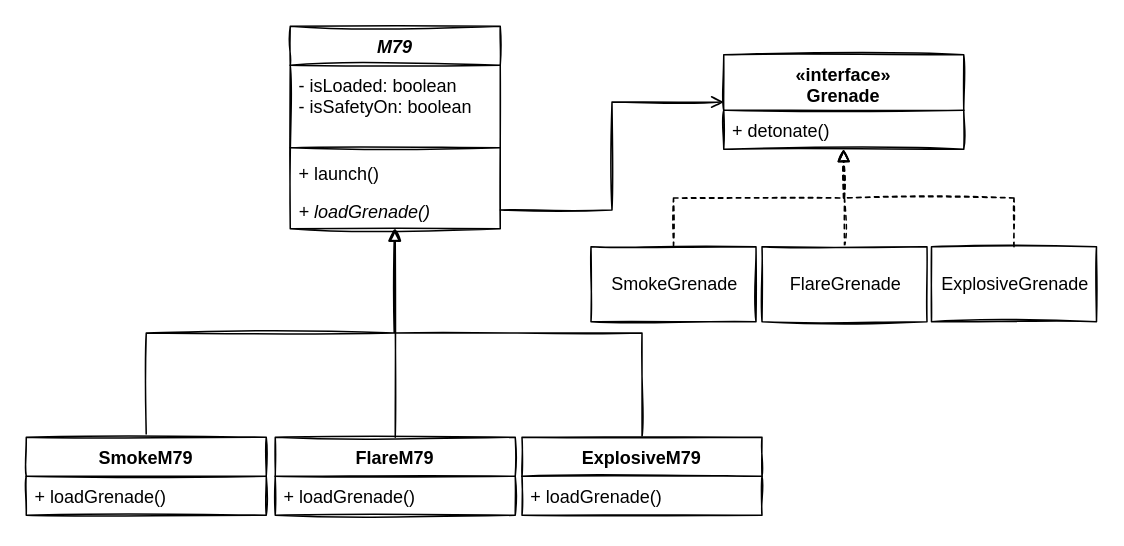
The draw.io diagram page "Practice" (2 of 2) of src/01-FactoryMethod/UML.drawio in MangoPomelo/DesignPatternPractice, before the edit. Source tidied: cells renumbered, new cells numbered last; positions are measured from the earlier drawing's top-left corner, leaving out a move shared by most shapes. Both pictures are drawn from the tidied source at 150%, with x=0, y=0 at pixel (26, 26).
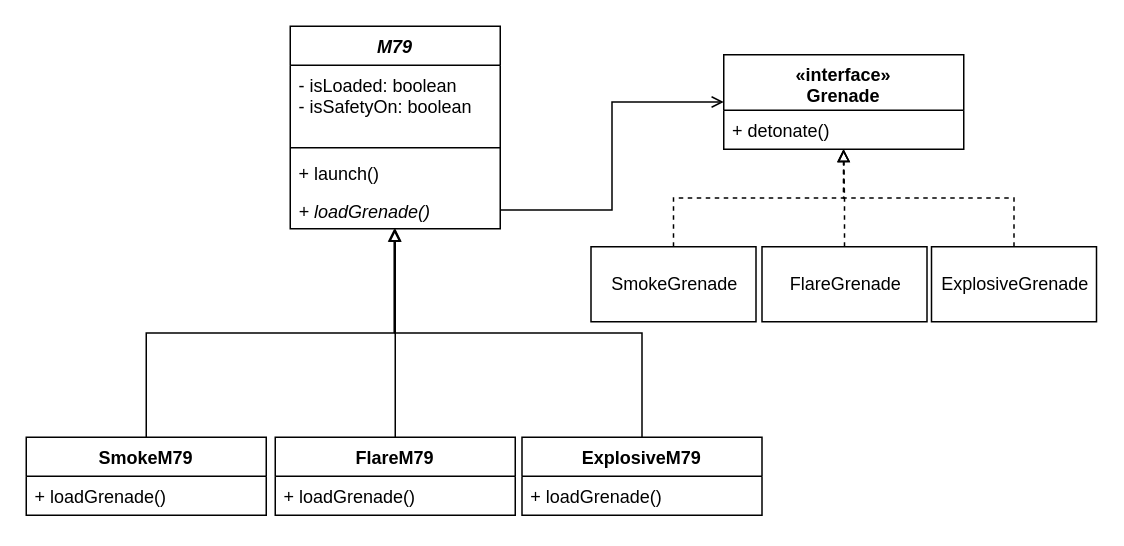
After the change.

The edit, as a diff of the source:
```diff
@@
-    <mxCell id="2" value="M79" style="swimlane;fontStyle=3;align=center;verticalAlign=top;horizontal=1;startSize=26;glass=0;sketch=1;" parent="1" vertex="1">
+    <mxCell id="2" value="M79" style="swimlane;fontStyle=3;align=center;verticalAlign=top;horizontal=1;startSize=26;glass=0;" parent="1" vertex="1">
       <mxGeometry x="176" width="140" height="135" as="geometry" />
     </mxCell>
-    <mxCell id="3" value="- isLoaded: boolean&#10;- isSafetyOn: boolean" style="text;strokeColor=none;fillColor=none;align=left;verticalAlign=top;spacingLeft=4;spacingRight=4;overflow=hidden;sketch=1;" parent="2" vertex="1">
+    <mxCell id="3" value="- isLoaded: boolean&#10;- isSafetyOn: boolean" style="text;strokeColor=none;fillColor=none;align=left;verticalAlign=top;spacingLeft=4;spacingRight=4;overflow=hidden;" parent="2" vertex="1">
       <mxGeometry y="26" width="140" height="51" as="geometry" />
     </mxCell>
-    <mxCell id="4" style="line;strokeWidth=1;fillColor=none;align=left;verticalAlign=middle;spacingTop=-1;spacingLeft=3;spacingRight=3;labelPosition=right;sketch=1;" parent="2" vertex="1">
+    <mxCell id="4" style="line;strokeWidth=1;fillColor=none;align=left;verticalAlign=middle;spacingTop=-1;spacingLeft=3;spacingRight=3;labelPosition=right;" parent="2" vertex="1">
       <mxGeometry y="77" width="140" height="8" as="geometry" />
     </mxCell>
-    <mxCell id="5" value="+ launch()" style="text;strokeColor=none;fillColor=none;align=left;verticalAlign=top;spacingLeft=4;spacingRight=4;overflow=hidden;fontStyle=0;sketch=1;" parent="2" vertex="1">
+    <mxCell id="5" value="+ launch()" style="text;strokeColor=none;fillColor=none;align=left;verticalAlign=top;spacingLeft=4;spacingRight=4;overflow=hidden;fontStyle=0;" parent="2" vertex="1">
       <mxGeometry y="85" width="140" height="25" as="geometry" />
     </mxCell>
-    <mxCell id="6" value="+ loadGrenade()" style="text;strokeColor=none;fillColor=none;align=left;verticalAlign=top;spacingLeft=4;spacingRight=4;overflow=hidden;points=[[0,0.5],[1,0.5]];portConstraint=eastwest;fontStyle=2;sketch=1;" parent="2" vertex="1">
+    <mxCell id="6" value="+ loadGrenade()" style="text;strokeColor=none;fillColor=none;align=left;verticalAlign=top;spacingLeft=4;spacingRight=4;overflow=hidden;points=[[0,0.5],[1,0.5]];portConstraint=eastwest;fontStyle=2;" parent="2" vertex="1">
       <mxGeometry y="110" width="140" height="25" as="geometry" />
     </mxCell>
-    <mxCell id="7" style="edgeStyle=orthogonalEdgeStyle;html=1;exitX=0.5;exitY=0;exitDx=0;exitDy=0;endArrow=block;endFill=0;elbow=vertical;entryX=0.495;entryY=0.999;entryDx=0;entryDy=0;entryPerimeter=0;rounded=0;sketch=1;" parent="1" edge="1" source="8" target="6">
+    <mxCell id="7" style="edgeStyle=orthogonalEdgeStyle;html=1;exitX=0.5;exitY=0;exitDx=0;exitDy=0;endArrow=block;endFill=0;elbow=vertical;entryX=0.495;entryY=0.999;entryDx=0;entryDy=0;entryPerimeter=0;rounded=0;" parent="1" edge="1" source="8" target="6">
       <mxGeometry relative="1" as="geometry" />
     </mxCell>
-    <mxCell id="8" value="SmokeM79" style="swimlane;fontStyle=1;align=center;verticalAlign=top;horizontal=1;startSize=26;glass=0;sketch=1;" parent="1" vertex="1">
+    <mxCell id="8" value="SmokeM79" style="swimlane;fontStyle=1;align=center;verticalAlign=top;horizontal=1;startSize=26;glass=0;" parent="1" vertex="1">
       <mxGeometry y="274" width="160" height="52" as="geometry" />
     </mxCell>
-    <mxCell id="9" value="+ loadGrenade()" style="text;strokeColor=none;fillColor=none;align=left;verticalAlign=top;spacingLeft=4;spacingRight=4;overflow=hidden;glass=0;sketch=1;" parent="8" vertex="1">
+    <mxCell id="9" value="+ loadGrenade()" style="text;strokeColor=none;fillColor=none;align=left;verticalAlign=top;spacingLeft=4;spacingRight=4;overflow=hidden;glass=0;" parent="8" vertex="1">
       <mxGeometry y="26" width="160" height="26" as="geometry" />
     </mxCell>
-    <mxCell id="10" style="edgeStyle=orthogonalEdgeStyle;html=1;endArrow=block;endFill=0;elbow=vertical;entryX=0.5;entryY=0.999;entryDx=0;entryDy=0;entryPerimeter=0;rounded=0;sketch=1;" parent="1" edge="1" source="11" target="6">
+    <mxCell id="10" style="edgeStyle=orthogonalEdgeStyle;html=1;endArrow=block;endFill=0;elbow=vertical;entryX=0.5;entryY=0.999;entryDx=0;entryDy=0;entryPerimeter=0;rounded=0;" parent="1" edge="1" source="11" target="6">
       <mxGeometry relative="1" as="geometry" />
     </mxCell>
-    <mxCell id="11" value="FlareM79" style="swimlane;fontStyle=1;align=center;verticalAlign=top;horizontal=1;startSize=26;glass=0;sketch=1;" parent="1" vertex="1">
+    <mxCell id="11" value="FlareM79" style="swimlane;fontStyle=1;align=center;verticalAlign=top;horizontal=1;startSize=26;glass=0;" parent="1" vertex="1">
       <mxGeometry x="166" y="274" width="160" height="52" as="geometry" />
     </mxCell>
-    <mxCell id="12" value="+ loadGrenade()" style="text;strokeColor=none;fillColor=none;align=left;verticalAlign=top;spacingLeft=4;spacingRight=4;overflow=hidden;glass=0;sketch=1;" parent="11" vertex="1">
+    <mxCell id="12" value="+ loadGrenade()" style="text;strokeColor=none;fillColor=none;align=left;verticalAlign=top;spacingLeft=4;spacingRight=4;overflow=hidden;glass=0;" parent="11" vertex="1">
       <mxGeometry y="26" width="160" height="26" as="geometry" />
     </mxCell>
-    <mxCell id="13" style="edgeStyle=orthogonalEdgeStyle;html=1;exitX=0.5;exitY=0;exitDx=0;exitDy=0;endArrow=block;endFill=0;elbow=vertical;entryX=0.498;entryY=1;entryDx=0;entryDy=0;entryPerimeter=0;rounded=0;sketch=1;" parent="1" edge="1" source="14" target="6">
+    <mxCell id="13" style="edgeStyle=orthogonalEdgeStyle;html=1;exitX=0.5;exitY=0;exitDx=0;exitDy=0;endArrow=block;endFill=0;elbow=vertical;entryX=0.498;entryY=1;entryDx=0;entryDy=0;entryPerimeter=0;rounded=0;" parent="1" edge="1" source="14" target="6">
       <mxGeometry relative="1" as="geometry" />
     </mxCell>
-    <mxCell id="14" value="ExplosiveM79" style="swimlane;fontStyle=1;align=center;verticalAlign=top;horizontal=1;startSize=26;glass=0;sketch=1;" parent="1" vertex="1">
+    <mxCell id="14" value="ExplosiveM79" style="swimlane;fontStyle=1;align=center;verticalAlign=top;horizontal=1;startSize=26;glass=0;" parent="1" vertex="1">
       <mxGeometry x="330.5" y="274" width="160" height="52" as="geometry" />
     </mxCell>
-    <mxCell id="15" value="+ loadGrenade()" style="text;strokeColor=none;fillColor=none;align=left;verticalAlign=top;spacingLeft=4;spacingRight=4;overflow=hidden;glass=0;sketch=1;" parent="14" vertex="1">
+    <mxCell id="15" value="+ loadGrenade()" style="text;strokeColor=none;fillColor=none;align=left;verticalAlign=top;spacingLeft=4;spacingRight=4;overflow=hidden;glass=0;" parent="14" vertex="1">
       <mxGeometry y="26" width="160" height="26" as="geometry" />
     </mxCell>
-    <mxCell id="16" value="«interface»&#10;Grenade" style="swimlane;fontStyle=1;align=center;verticalAlign=top;horizontal=1;startSize=37;glass=0;sketch=1;" parent="1" vertex="1">
+    <mxCell id="16" value="«interface»&#10;Grenade" style="swimlane;fontStyle=1;align=center;verticalAlign=top;horizontal=1;startSize=37;glass=0;" parent="1" vertex="1">
       <mxGeometry x="465" y="19" width="160" height="63" as="geometry" />
     </mxCell>
-    <mxCell id="17" value="+ detonate()" style="text;strokeColor=none;fillColor=none;align=left;verticalAlign=top;spacingLeft=4;spacingRight=4;overflow=hidden;points=[[0,0.5],[1,0.5]];portConstraint=eastwest;glass=0;sketch=1;" parent="16" vertex="1">
+    <mxCell id="17" value="+ detonate()" style="text;strokeColor=none;fillColor=none;align=left;verticalAlign=top;spacingLeft=4;spacingRight=4;overflow=hidden;points=[[0,0.5],[1,0.5]];portConstraint=eastwest;glass=0;" parent="16" vertex="1">
       <mxGeometry y="37" width="160" height="26" as="geometry" />
     </mxCell>
-    <mxCell id="18" style="edgeStyle=orthogonalEdgeStyle;rounded=0;html=1;endArrow=block;endFill=0;elbow=vertical;entryX=0.5;entryY=1.003;entryDx=0;entryDy=0;entryPerimeter=0;dashed=1;sketch=1;" parent="1" edge="1" source="19" target="17">
+    <mxCell id="18" style="edgeStyle=orthogonalEdgeStyle;rounded=0;html=1;endArrow=block;endFill=0;elbow=vertical;entryX=0.5;entryY=1.003;entryDx=0;entryDy=0;entryPerimeter=0;dashed=1;" parent="1" edge="1" source="19" target="17">
       <mxGeometry relative="1" as="geometry" />
     </mxCell>
-    <mxCell id="19" value="SmokeGrenade" style="html=1;glass=0;sketch=1;" parent="1" vertex="1">
+    <mxCell id="19" value="SmokeGrenade" style="html=1;glass=0;" parent="1" vertex="1">
       <mxGeometry x="376.5" y="147" width="110" height="50" as="geometry" />
     </mxCell>
-    <mxCell id="20" style="edgeStyle=orthogonalEdgeStyle;rounded=0;html=1;endArrow=block;endFill=0;elbow=vertical;entryX=0.499;entryY=1.003;entryDx=0;entryDy=0;entryPerimeter=0;dashed=1;sketch=1;" parent="1" edge="1" source="21" target="17">
+    <mxCell id="20" style="edgeStyle=orthogonalEdgeStyle;rounded=0;html=1;endArrow=block;endFill=0;elbow=vertical;entryX=0.499;entryY=1.003;entryDx=0;entryDy=0;entryPerimeter=0;dashed=1;" parent="1" edge="1" source="21" target="17">
       <mxGeometry relative="1" as="geometry" />
     </mxCell>
-    <mxCell id="21" value="FlareGrenade" style="html=1;glass=0;sketch=1;" parent="1" vertex="1">
+    <mxCell id="21" value="FlareGrenade" style="html=1;glass=0;" parent="1" vertex="1">
       <mxGeometry x="490.5" y="147" width="110" height="50" as="geometry" />
     </mxCell>
-    <mxCell id="22" style="edgeStyle=orthogonalEdgeStyle;rounded=0;html=1;exitX=0.5;exitY=0;exitDx=0;exitDy=0;entryX=0.499;entryY=0.996;entryDx=0;entryDy=0;endArrow=block;endFill=0;elbow=vertical;entryPerimeter=0;dashed=1;sketch=1;" parent="1" edge="1" source="23" target="17">
+    <mxCell id="22" style="edgeStyle=orthogonalEdgeStyle;rounded=0;html=1;exitX=0.5;exitY=0;exitDx=0;exitDy=0;entryX=0.499;entryY=0.996;entryDx=0;entryDy=0;endArrow=block;endFill=0;elbow=vertical;entryPerimeter=0;dashed=1;" parent="1" edge="1" source="23" target="17">
       <mxGeometry relative="1" as="geometry" />
     </mxCell>
-    <mxCell id="23" value="ExplosiveGrenade" style="html=1;glass=0;sketch=1;" parent="1" vertex="1">
+    <mxCell id="23" value="ExplosiveGrenade" style="html=1;glass=0;" parent="1" vertex="1">
       <mxGeometry x="603.5" y="147" width="110" height="50" as="geometry" />
     </mxCell>
-    <mxCell id="24" style="edgeStyle=orthogonalEdgeStyle;rounded=0;html=1;exitX=1;exitY=0.5;exitDx=0;exitDy=0;entryX=0;entryY=0.5;entryDx=0;entryDy=0;endArrow=open;endFill=0;elbow=vertical;sketch=1;" parent="1" edge="1" source="6" target="16">
+    <mxCell id="24" style="edgeStyle=orthogonalEdgeStyle;rounded=0;html=1;exitX=1;exitY=0.5;exitDx=0;exitDy=0;entryX=0;entryY=0.5;entryDx=0;entryDy=0;endArrow=open;endFill=0;elbow=vertical;" parent="1" edge="1" source="6" target="16">
       <mxGeometry relative="1" as="geometry" />
     </mxCell>
```
